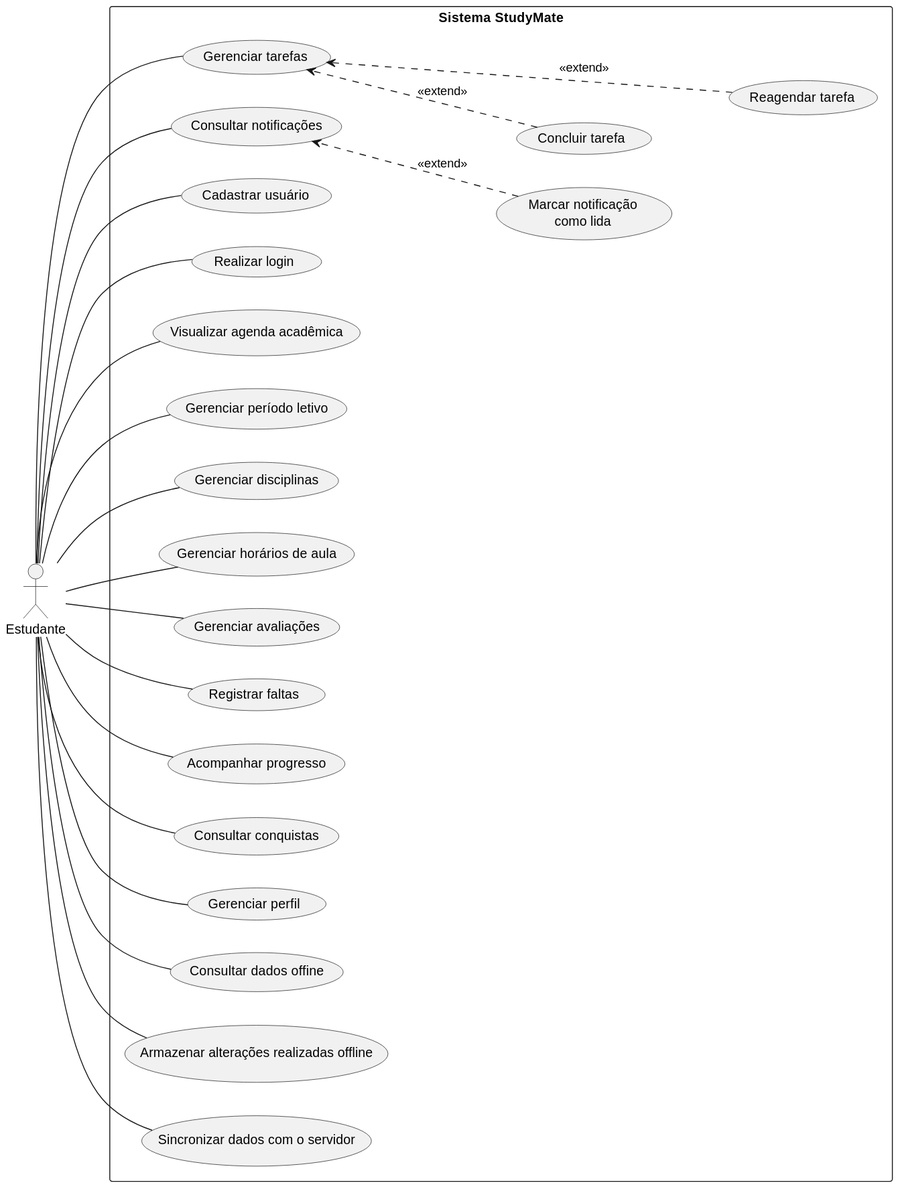
Above: docs/use_case_diagram.svg in StudyMate-TG/studymate-app (PlantUML), before the change.
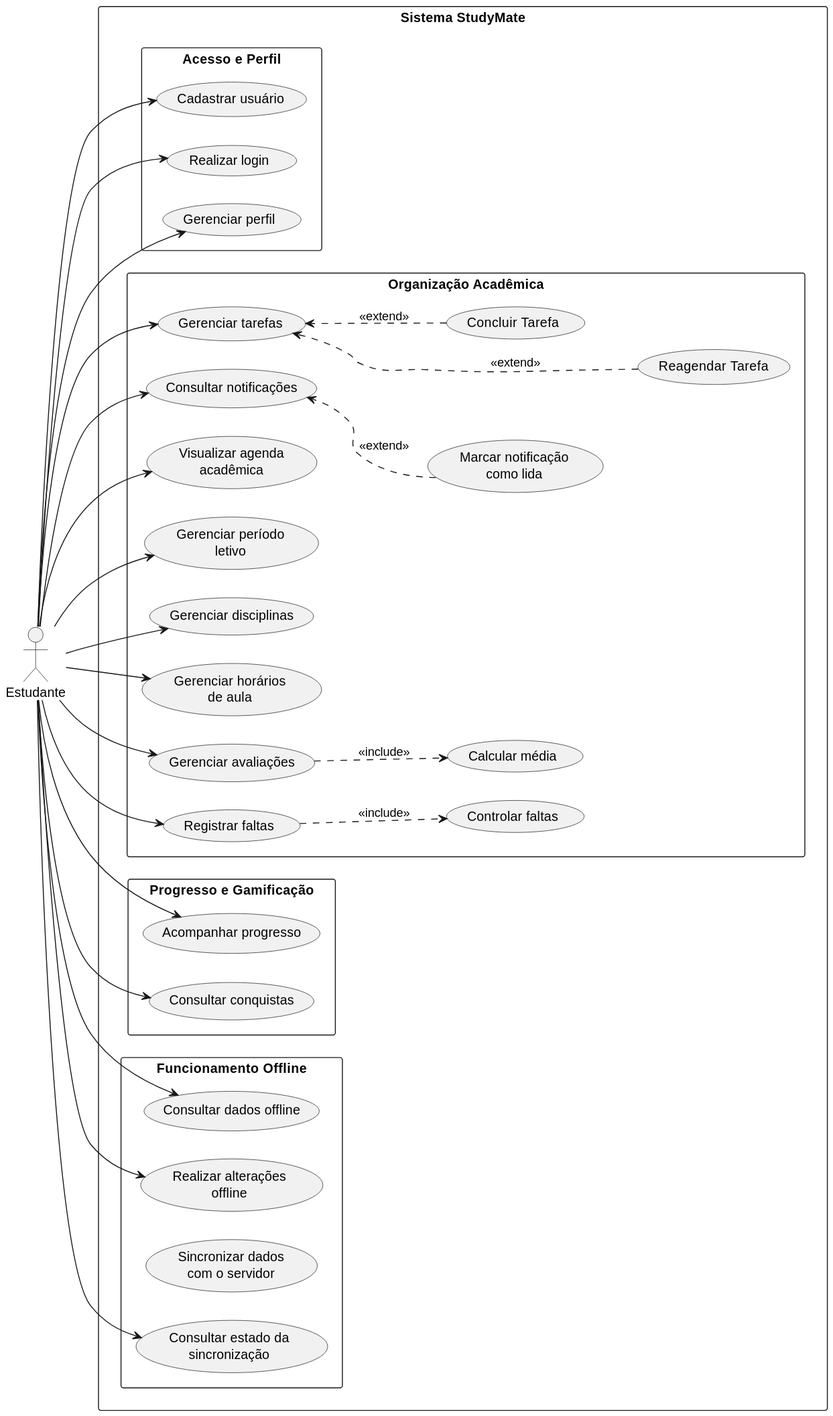
After the commit.

Diff of the diagram source:
```diff
@@ -1,63 +1,77 @@
 @startuml
 left to right direction
+
+skinparam linetype spline
+skinparam nodesep 30
+skinparam ranksep 35
+skinparam packageStyle rectangle
 
 actor Estudante
 
 rectangle "Sistema StudyMate" {
 
-    usecase "Cadastrar usuário" as UC01
-    usecase "Realizar login" as UC02
-    usecase "Visualizar agenda acadêmica" as UC03
-    usecase "Gerenciar período letivo" as UC04
-    usecase "Gerenciar disciplinas" as UC05
-    usecase "Gerenciar horários de aula" as UC06
+    rectangle "Acesso e Perfil" {
+        usecase "Cadastrar usuário" as UC01
+        usecase "Realizar login" as UC02
+        usecase "Gerenciar perfil" as UC15
+    }
 
-    usecase "Gerenciar tarefas" as UC07
-    usecase "Concluir tarefa" as UC07A
-    usecase "Reagendar tarefa" as UC07B
+    rectangle "Organização Acadêmica" {
+        usecase "Visualizar agenda\nacadêmica" as UC03
+        usecase "Gerenciar período\nletivo" as UC04
+        usecase "Gerenciar disciplinas" as UC05
+        usecase "Gerenciar horários\nde aula" as UC06
 
-    usecase "Gerenciar avaliações" as UC08
+        usecase "Gerenciar tarefas" as UC07
+        usecase "Concluir Tarefa" as UC07A
+        usecase "Reagendar Tarefa" as UC07B
 
-    usecase "Registrar faltas" as UC10
+        usecase "Gerenciar avaliações" as UC08
+        usecase "Calcular média" as UC09
+        usecase "Registrar faltas" as UC10
+        usecase "Controlar faltas" as UC11
+        usecase "Consultar notificações" as UC12
+        usecase "Marcar notificação\ncomo lida" as UC12A
+    }
 
-    usecase "Consultar notificações" as UC12
-    usecase "Marcar notificação\ncomo lida" as UC12A
+    rectangle "Progresso e Gamificação" {
+        usecase "Acompanhar progresso" as UC13
+        usecase "Consultar conquistas" as UC14
+    }
 
-    usecase "Acompanhar progresso" as UC13
-    usecase "Consultar conquistas" as UC14
-    usecase "Gerenciar perfil" as UC15
-
-    usecase "Consultar dados offine" as UC16
-    usecase "Armazenar alterações realizadas offline" as UC17
-    usecase "Sincronizar dados com o servidor" as UC18
-
+    rectangle "Funcionamento Offline" {
+        usecase "Consultar dados offline" as UC16
+        usecase "Realizar alterações\noffline" as UC17
+        usecase "Sincronizar dados\ncom o servidor" as UC18
+        usecase "Consultar estado da\nsincronização" as UC19
+    }
 
     UC07 -[hidden]right-> UC07A
     UC07A -[hidden]down-> UC07B
-
     UC12 -[hidden]right-> UC12A
 }
 
-Estudante -- UC01
-Estudante -- UC02
-Estudante -- UC03
-Estudante -- UC04
-Estudante -- UC05
-Estudante -- UC06
-Estudante -- UC07
-Estudante -- UC08
-Estudante -- UC10
-Estudante -- UC12
-Estudante -- UC13
-Estudante -- UC14
-Estudante -- UC15
-Estudante -- UC16
-Estudante -- UC17
-Estudante -- UC18
-
+Estudante --> UC01
+Estudante --> UC02
+Estudante --> UC03
+Estudante --> UC04
+Estudante --> UC05
+Estudante --> UC06
+Estudante --> UC07
+Estudante --> UC08
+Estudante --> UC10
+Estudante --> UC12
+Estudante --> UC13
+Estudante --> UC14
+Estudante --> UC15
+Estudante --> UC16
+Estudante --> UC17
+Estudante --> UC19
 
 UC07A ..> UC07 : <<extend>>
 UC07B ..> UC07 : <<extend>>
+UC08 ..> UC09 : <<include>>
+UC10 ..> UC11 : <<include>>
 
 UC12A ..> UC12 : <<extend>>
 @enduml
```
